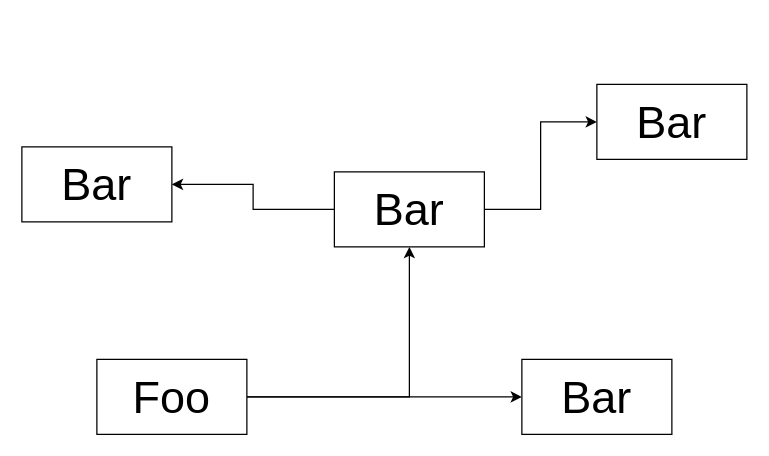
Before: diagrams/test-diagram.drawio in ahmedrage/draw-io-diff, a draw.io diagram. Source tidied: cells renumbered, new cells numbered last; positions are measured from the earlier drawing's top-left corner, leaving out a move shared by most shapes. Both pictures are drawn from the tidied source at 125%, with x=0, y=0 at pixel (21, 84).
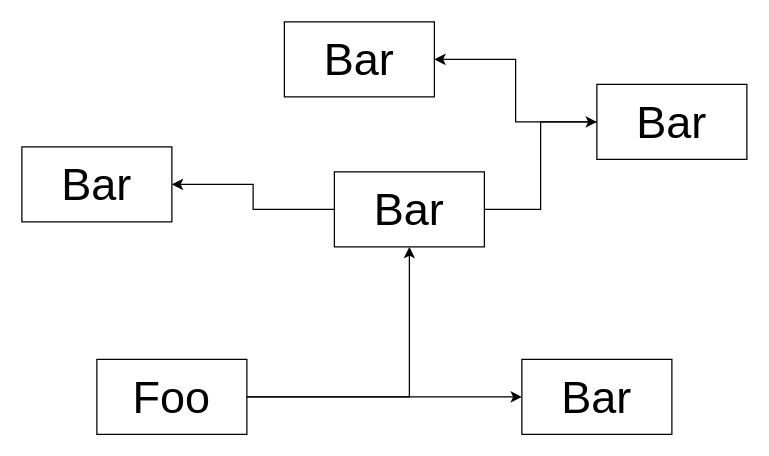
Above is the later version.

What changed in the source:
```diff
@@
 <mxGraphModel>
   <root>
     <mxCell id="0" />
     <mxCell id="1" parent="0" />
     <mxCell id="2" style="edgeStyle=orthogonalEdgeStyle;rounded=0;jettySize=auto;html=1;entryX=0;entryY=0.5;entryDx=0;entryDy=0;" parent="1" edge="1" source="4" target="5">
       <mxGeometry relative="1" as="geometry" />
     </mxCell>
     <mxCell id="3" style="edgeStyle=orthogonalEdgeStyle;rounded=0;jettySize=auto;html=1;entryX=0.5;entryY=1;entryDx=0;entryDy=0;" parent="1" edge="1" source="4" target="8">
       <mxGeometry relative="1" as="geometry" />
     </mxCell>
     <mxCell id="4" value="&lt;font style=&quot;font-size: 36px;&quot;&gt;Foo&lt;/font&gt;" style="rounded=0;whiteSpace=wrap;html=1;" parent="1" vertex="1">
       <mxGeometry x="60" y="220" width="120" height="60" as="geometry" />
     </mxCell>
     <mxCell id="5" value="&lt;font style=&quot;font-size: 36px;&quot;&gt;Bar&lt;/font&gt;" style="rounded=0;whiteSpace=wrap;html=1;" parent="1" vertex="1">
       <mxGeometry x="400" y="220" width="120" height="60" as="geometry" />
     </mxCell>
     <mxCell id="6" style="edgeStyle=orthogonalEdgeStyle;rounded=0;jettySize=auto;html=1;" parent="1" edge="1" source="8" target="9">
       <mxGeometry relative="1" as="geometry" />
     </mxCell>
     <mxCell id="7" style="edgeStyle=orthogonalEdgeStyle;rounded=0;jettySize=auto;html=1;entryX=0;entryY=0.5;entryDx=0;entryDy=0;" parent="1" edge="1" source="8" target="10">
       <mxGeometry relative="1" as="geometry" />
     </mxCell>
     <mxCell id="8" value="&lt;font style=&quot;font-size: 36px;&quot;&gt;Bar&lt;/font&gt;" style="rounded=0;whiteSpace=wrap;html=1;" parent="1" vertex="1">
       <mxGeometry x="250" y="70" width="120" height="60" as="geometry" />
     </mxCell>
     <mxCell id="9" value="&lt;font style=&quot;font-size: 36px;&quot;&gt;Bar&lt;/font&gt;" style="rounded=0;whiteSpace=wrap;html=1;" parent="1" vertex="1">
       <mxGeometry y="50" width="120" height="60" as="geometry" />
     </mxCell>
+    <mxCell id="11" style="edgeStyle=orthogonalEdgeStyle;rounded=0;jettySize=auto;html=1;" parent="1" edge="1" source="10" target="12">
+      <mxGeometry relative="1" as="geometry" />
+    </mxCell>
     <mxCell id="10" value="&lt;font style=&quot;font-size: 36px;&quot;&gt;Bar&lt;/font&gt;" style="rounded=0;whiteSpace=wrap;html=1;" parent="1" vertex="1">
       <mxGeometry x="460" width="120" height="60" as="geometry" />
     </mxCell>
+    <mxCell id="12" value="&lt;font style=&quot;font-size: 36px;&quot;&gt;Bar&lt;/font&gt;" style="rounded=0;whiteSpace=wrap;html=1;" parent="1" vertex="1">
+      <mxGeometry x="210" y="-50" width="120" height="60" as="geometry" />
+    </mxCell>
   </root>
 </mxGraphModel>
```
